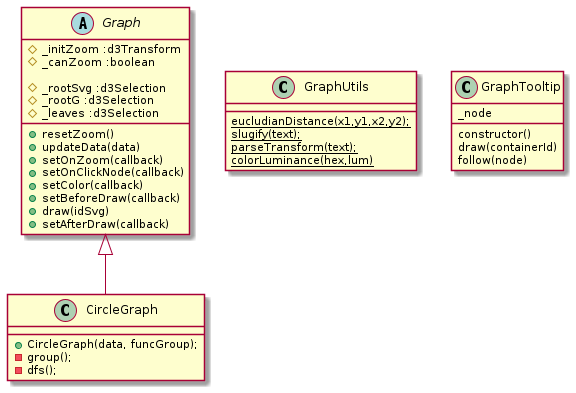
rajaomariajaona/communecter-local keeps this PlantUML diagram as out/graph/graph.png. Above is the earlier version. Source of this version:
```plantuml
@startuml

    abstract class Graph{
        # _initZoom :d3Transform
        # _canZoom :boolean

        # _rootSvg :d3Selection
        # _rootG :d3Selection
        # _leaves :d3Selection

        + resetZoom()
        + updateData(data)
        + setOnZoom(callback)
        + setOnClickNode(callback)
        + setColor(callback)
        + setBeforeDraw(callback)
        + draw(idSvg)
        + setAfterDraw(callback)
    }

    class GraphUtils{
        {static} eucludianDistance(x1,y1,x2,y2);
        {static} slugify(text);
        {static} parseTransform(text);
        {static} colorLuminance(hex,lum)
    }

    class GraphTooltip{
        _node
        constructor()
        draw(containerId)
        follow(node)

    }

    class CircleGraph extends Graph{
        + CircleGraph(data, funcGroup);
        - group();
        - dfs();
    }
@enduml
```
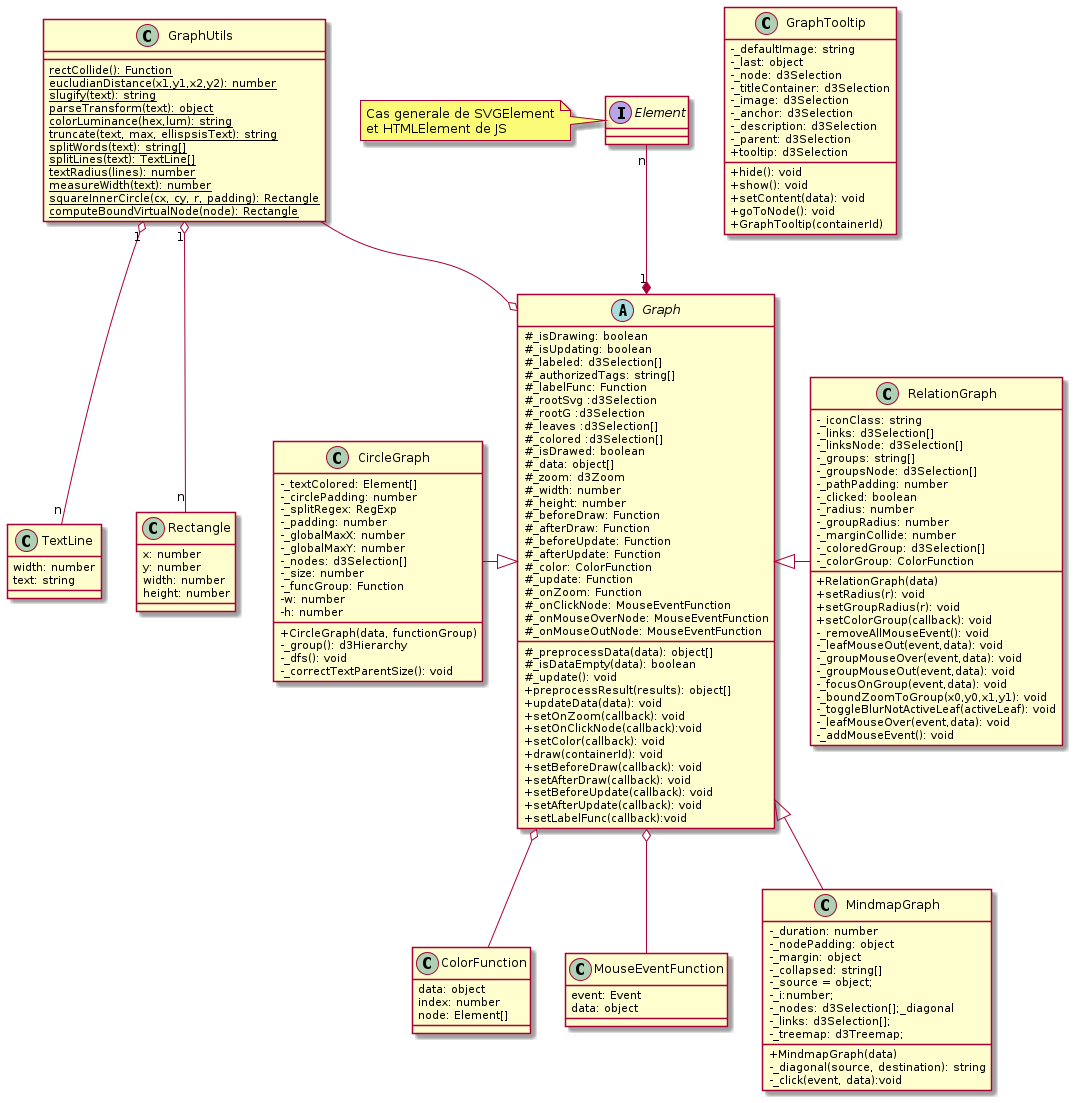
Above is the later version.

Diff of the diagram source:
```diff
@@ -1,41 +1,179 @@
 @startuml
+    skinparam classAttributeIconSize 0
+    class ColorFunction{
+        data: object
+        index: number
+        node: Element[]
+    }
+
+    class MouseEventFunction{
+        event: Event
+        data: object
+    }
+
+    class TextLine{
+        width: number
+        text: string
+    }
+
+    class Rectangle{
+        x: number
+        y: number
+        width: number
+        height: number
+    }
+
+    interface Element
+    note left: Cas generale de SVGElement\net HTMLElement de JS
 
     abstract class Graph{
-        # _initZoom :d3Transform
-        # _canZoom :boolean
-
+        # _isDrawing: boolean
+        # _isUpdating: boolean
+        # _labeled: d3Selection[]
+        # _authorizedTags: string[]
+        # _labelFunc: Function
         # _rootSvg :d3Selection
         # _rootG :d3Selection
-        # _leaves :d3Selection
+        # _leaves :d3Selection[]
+        # _colored :d3Selection[]
+        # _isDrawed: boolean
+        # _data: object[]
+        # _zoom: d3Zoom
+        # _width: number
+        # _height: number
+        # _beforeDraw: Function
+        # _afterDraw: Function
+        # _beforeUpdate: Function
+        # _afterUpdate: Function
+        # _color: ColorFunction
+        # _update: Function
+        # _onZoom: Function
+        # _onClickNode: MouseEventFunction
+        # _onMouseOverNode: MouseEventFunction
+        # _onMouseOutNode: MouseEventFunction
 
-        + resetZoom()
-        + updateData(data)
-        + setOnZoom(callback)
-        + setOnClickNode(callback)
-        + setColor(callback)
-        + setBeforeDraw(callback)
-        + draw(idSvg)
-        + setAfterDraw(callback)
+        # _preprocessData(data): object[]
+        # _isDataEmpty(data): boolean
+        # _update(): void
+        + preprocessResult(results): object[]
+        + updateData(data): void
+        + setOnZoom(callback): void
+        + setOnClickNode(callback):void
+        + setColor(callback): void
+        + draw(containerId): void
+        + setBeforeDraw(callback): void
+        + setAfterDraw(callback): void
+        + setBeforeUpdate(callback): void
+        + setAfterUpdate(callback): void
+        + setLabelFunc(callback):void
     }
 
     class GraphUtils{
-        {static} eucludianDistance(x1,y1,x2,y2);
-        {static} slugify(text);
-        {static} parseTransform(text);
-        {static} colorLuminance(hex,lum)
+        {static} rectCollide(): Function
+        {static} eucludianDistance(x1,y1,x2,y2): number
+        {static} slugify(text): string
+        {static} parseTransform(text): object
+        {static} colorLuminance(hex,lum): string
+        {static} truncate(text, max, ellispsisText): string
+        {static} splitWords(text): string[]
+        {static} splitLines(text): TextLine[]
+        {static} textRadius(lines): number
+        {static} measureWidth(text): number
+        {static} squareInnerCircle(cx, cy, r, padding): Rectangle
+        {static} computeBoundVirtualNode(node): Rectangle
+    }
+
+    class CircleGraph {
+        - _textColored: Element[]
+        - _circlePadding: number
+        - _splitRegex: RegExp
+        - _padding: number
+        - _globalMaxX: number
+        - _globalMaxY: number
+        - _nodes: d3Selection[]
+        - _size: number
+        - _funcGroup: Function
+        - w: number
+        - h: number
+        + CircleGraph(data, functionGroup)
+        - _group(): d3Hierarchy
+        - _dfs(): void
+        - _correctTextParentSize(): void
+    }
+
+    class RelationGraph{
+        - _iconClass: string
+        - _links: d3Selection[]
+        - _linksNode: d3Selection[]
+        - _groups: string[]
+        - _groupsNode: d3Selection[]
+        - _pathPadding: number
+        - _clicked: boolean
+        - _radius: number
+        - _groupRadius: number
+        - _marginCollide: number
+        - _coloredGroup: d3Selection[]
+        - _colorGroup: ColorFunction
+
+        + RelationGraph(data)
+        + setRadius(r): void
+        + setGroupRadius(r): void
+        + setColorGroup(callback): void
+        - _removeAllMouseEvent(): void
+        - _leafMouseOut(event,data): void
+        - _groupMouseOver(event,data): void
+        - _groupMouseOut(event,data): void
+        - _focusOnGroup(event,data): void
+        - _boundZoomToGroup(x0,y0,x1,y1): void
+        - _toggleBlurNotActiveLeaf(activeLeaf): void
+        - _leafMouseOver(event,data): void
+        - _addMouseEvent(): void
+    }
+
+
+    class MindmapGraph{
+        - _duration: number
+        - _nodePadding: object
+        - _margin: object
+        - _collapsed: string[]
+        - _source = object;
+        - _i:number;
+        - _nodes: d3Selection[];_diagonal
+        - _links: d3Selection[];
+        - _treemap: d3Treemap;
+
+        + MindmapGraph(data)
+        - _diagonal(source, destination): string
+        - _click(event, data):void
+
     }
 
     class GraphTooltip{
-        _node
-        constructor()
-        draw(containerId)
-        follow(node)
-
+        - _defaultImage: string
+        - _last: object
+        - _node: d3Selection
+        - _titleContainer: d3Selection
+        - _image: d3Selection
+        - _anchor: d3Selection
+        - _description: d3Selection
+        - _parent: d3Selection
+        + tooltip: d3Selection
+        + hide(): void
+        + show(): void
+        + setContent(data): void
+        + goToNode(): void
+        + GraphTooltip(containerId)
     }
 
-    class CircleGraph extends Graph{
-        + CircleGraph(data, funcGroup);
-        - group();
-        - dfs();
-    }
+    GraphUtils "1" o-- "n" TextLine
+    GraphUtils "1" o-- "n" Rectangle
+
+    MindmapGraph -up-|> Graph
+    Graph <|-right- RelationGraph
+    CircleGraph -right-|> Graph
+
+    Graph o-up- GraphUtils
+    Graph o-down- ColorFunction
+    Graph o-down- MouseEventFunction
+    Graph "1" *-up- "n" Element
 @enduml
```
